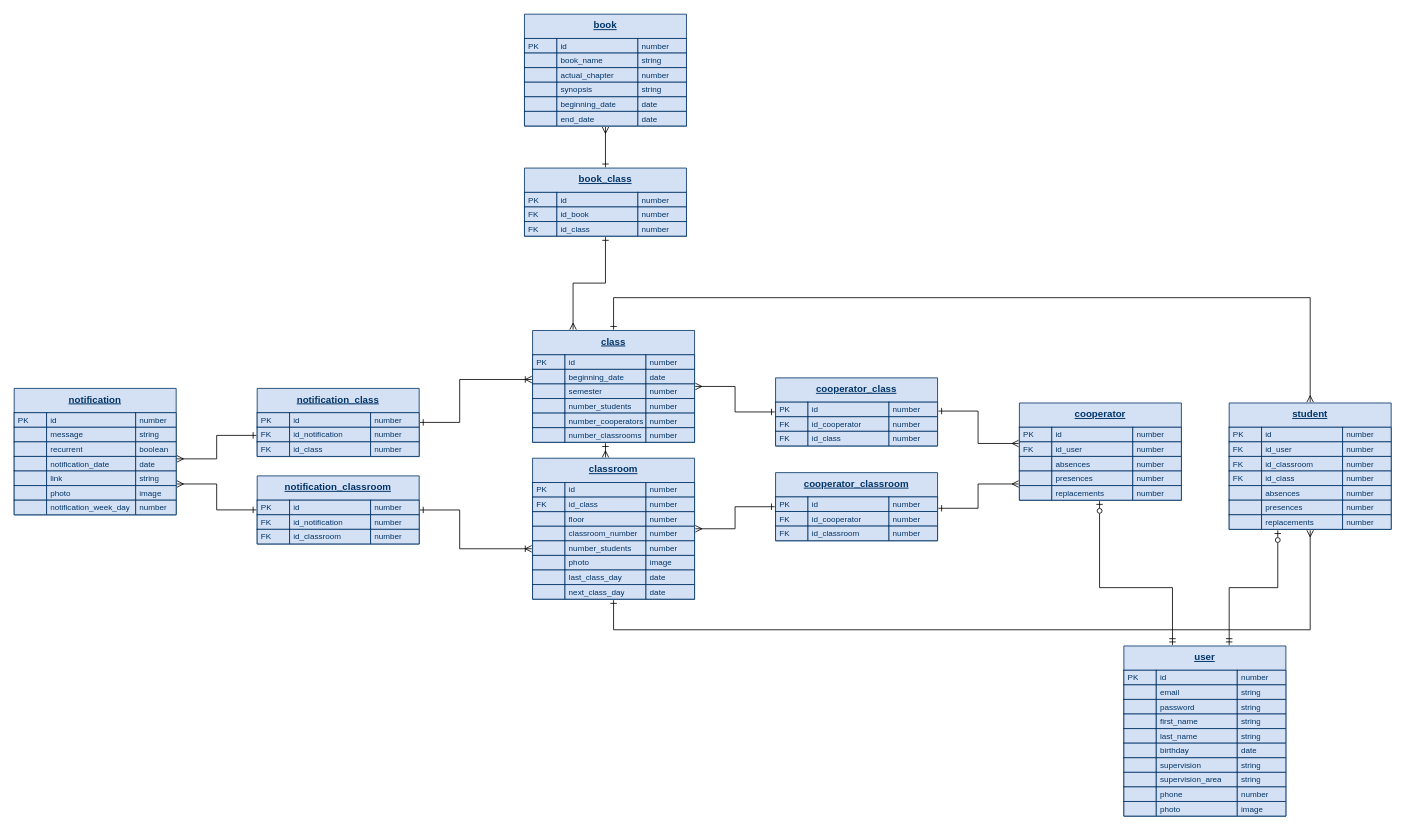
The draw.io diagram ser_db.drawio in FreeSoulsDotBat/SER, before the edit. Source tidied: cells renumbered, new cells numbered last; positions are measured from the earlier drawing's top-left corner, leaving out a move shared by most shapes. Both pictures are drawn from the tidied source at 81%, with x=0, y=0 at pixel (14, 14).
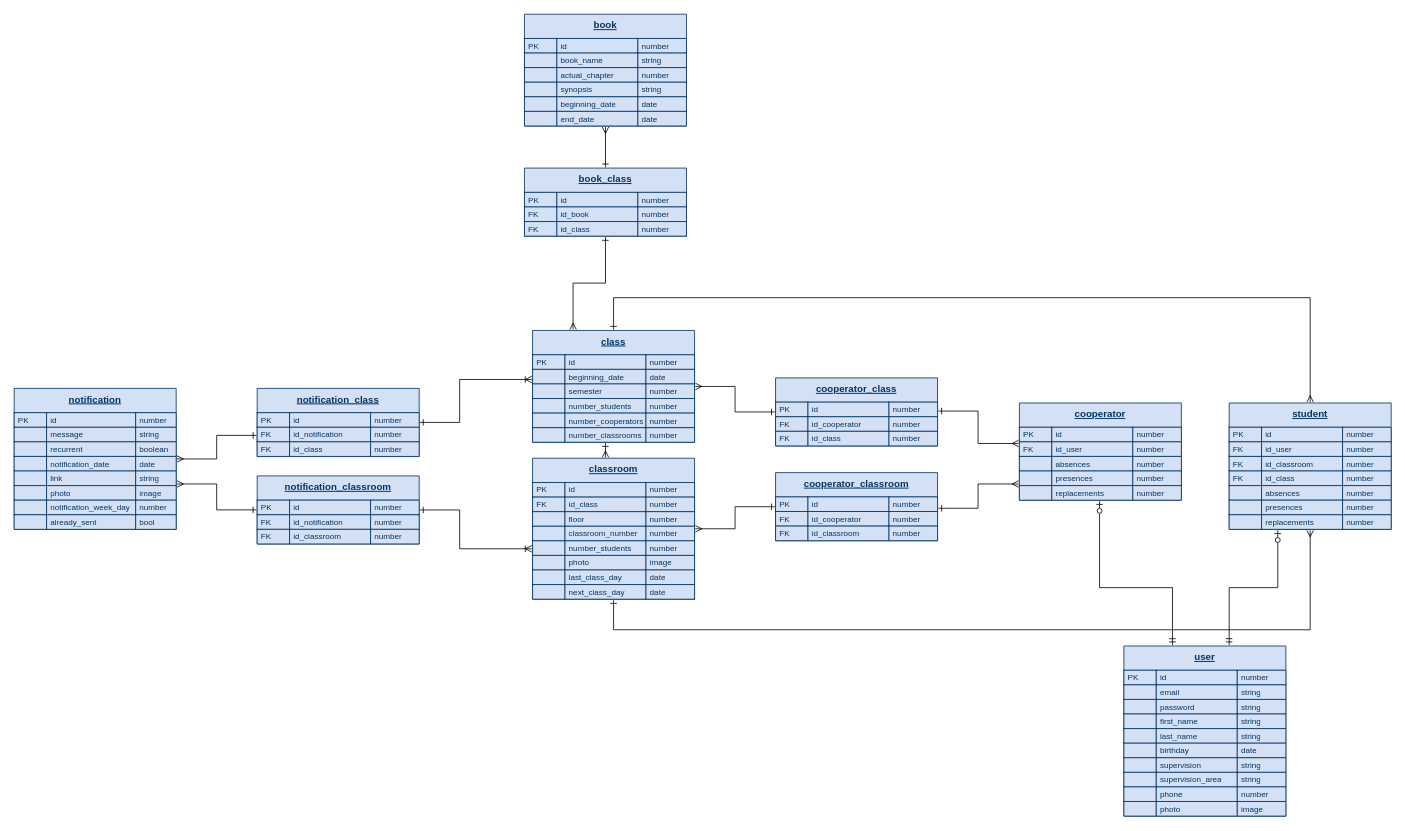
The same page after the edit.

The edit, as a diff of the source:
```diff
@@
     <mxCell id="68" value="notification" style="shape=table;startSize=30;childLayout=tableLayout;fontStyle=5;align=center;fillColor=#D4E1F5;strokeColor=#003366;fontColor=#003366;verticalAlign=top;swimlaneLine=1;sketch=0;perimeterSpacing=1;" parent="1" vertex="1">
-      <mxGeometry y="462" width="200" height="156.2" as="geometry" />
+      <mxGeometry y="462" width="200" height="174.2" as="geometry" />
     </mxCell>
@@
+    <mxCell id="285" style="shape=tableRow;horizontal=0;startSize=0;swimlaneHead=0;swimlaneBody=0;top=0;left=0;bottom=0;right=0;fillColor=none;" parent="68" vertex="1">
+      <mxGeometry y="156" width="200" height="18" as="geometry" />
+    </mxCell>
+    <mxCell id="286" style="shape=partialRectangle;html=1;whiteSpace=wrap;fillColor=#D4E1F5;top=1;left=1;bottom=1;right=1;overflow=hidden;strokeColor=#003366;strokeWidth=1;align=left;fontColor=#003366;spacingLeft=5;fontSize=10;spacing=0;" parent="285" vertex="1">
+      <mxGeometry width="40" height="18" as="geometry" />
+    </mxCell>
+    <mxCell id="287" value="already_sent" style="shape=partialRectangle;html=1;whiteSpace=wrap;fillColor=#D4E1F5;top=1;left=1;bottom=1;right=1;overflow=hidden;strokeColor=#003366;strokeWidth=1;align=left;fontColor=#003366;spacingLeft=5;fontSize=10;spacing=0;" parent="285" vertex="1">
+      <mxGeometry x="40" width="110" height="18" as="geometry" />
+    </mxCell>
+    <mxCell id="288" value="bool" style="shape=partialRectangle;html=1;whiteSpace=wrap;fillColor=#D4E1F5;top=1;left=1;bottom=1;right=1;overflow=hidden;strokeColor=#003366;strokeWidth=1;align=left;fontColor=#003366;spacingLeft=5;fontSize=10;spacing=0;" parent="285" vertex="1">
+      <mxGeometry x="150" width="50" height="18" as="geometry" />
+    </mxCell>
```
